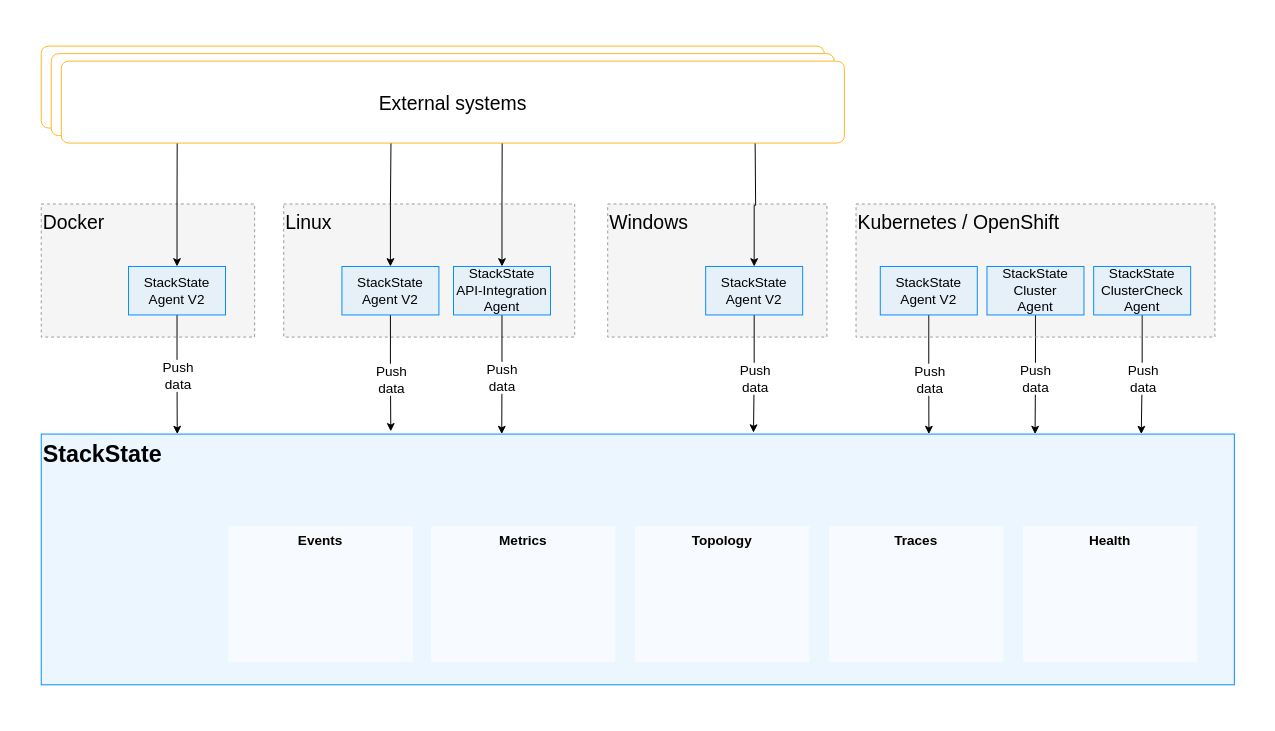
Before: resources/drawio/stackstate-agent.drawio in StackVista/stackstate-docs, a draw.io diagram. Source tidied: cells renumbered, new cells numbered last; positions are measured from the earlier drawing's top-left corner, leaving out a move shared by most shapes. Both pictures are drawn from the tidied source at 97%, with x=0, y=0 at pixel (16, 16).
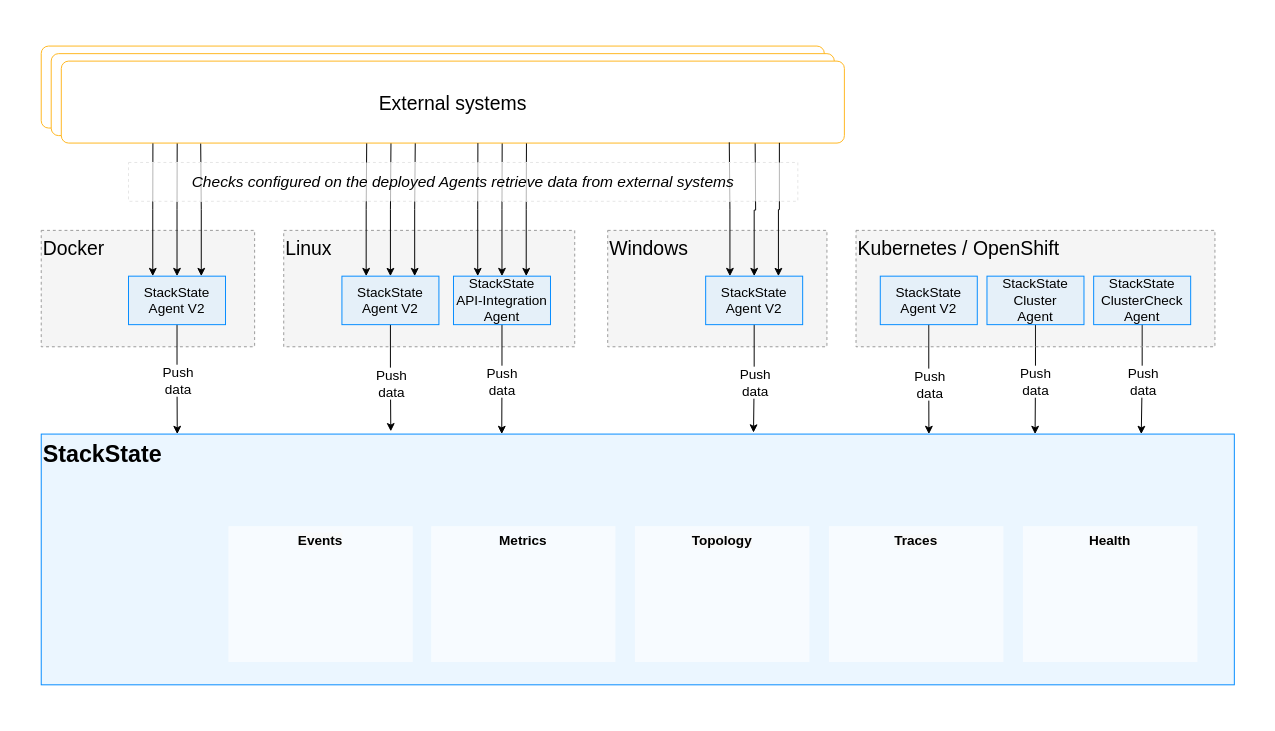
After the change.

The change refers to these unchanged cells:
```xml
<mxCell id="40" value="&lt;font style=&quot;font-size: 20px&quot;&gt;External systems&lt;/font&gt;" style="rounded=1;whiteSpace=wrap;html=1;align=center;arcSize=9;strokeColor=#FFB61E;" parent="37" vertex="1">
  <mxGeometry x="20.7" y="15.5" width="807.3" height="84.5" as="geometry" />
</mxCell>
```

The edit, as a diff of the source:
```diff
@@
-    <mxCell id="3" value="&lt;span style=&quot;font-style: normal&quot;&gt;&lt;font style=&quot;font-size: 24px&quot;&gt;&lt;b&gt;StackState&lt;/b&gt;&lt;/font&gt;&lt;br&gt;&lt;/span&gt;" style="rounded=0;whiteSpace=wrap;html=1;strokeWidth=1;strokeColor=#008AFF;fontStyle=2;fillColor=#CCE8FF;fillOpacity=40;verticalAlign=top;align=left;" parent="1" vertex="1">
+    <mxCell id="3" value="&lt;span style=&quot;font-style: normal&quot;&gt;&lt;font style=&quot;font-size: 24px&quot;&gt;&lt;b&gt;StackState&lt;/b&gt;&lt;/font&gt;&lt;br&gt;&lt;/span&gt;" style="rounded=0;whiteSpace=wrap;html=1;strokeWidth=1;strokeColor=#008AFF;fontStyle=2;fillColor=#CCE8FF;fillOpacity=40;verticalAlign=top;align=left;snapToPoint=0;labelPadding=0;" parent="1" vertex="1">
       <mxGeometry x="25" y="430" width="1230" height="258.5" as="geometry" />
     </mxCell>
@@
     <mxCell id="12" value="&lt;font style=&quot;font-size: 20px&quot;&gt;Docker&lt;/font&gt;" style="rounded=0;whiteSpace=wrap;html=1;align=left;arcSize=9;verticalAlign=top;strokeColor=#999999;dashed=1;fillColor=#999999;fillOpacity=10;" parent="1" vertex="1">
-      <mxGeometry x="25" y="192.8" width="220" height="137.2" as="geometry" />
+      <mxGeometry x="25" y="220" width="220" height="120" as="geometry" />
     </mxCell>
     <mxCell id="13" value="&lt;font style=&quot;font-size: 20px&quot;&gt;Linux&lt;/font&gt;" style="rounded=0;whiteSpace=wrap;html=1;align=left;arcSize=9;verticalAlign=top;strokeColor=#999999;dashed=1;fillColor=#999999;fillOpacity=10;" parent="1" vertex="1">
-      <mxGeometry x="275" y="192.8" width="300" height="137.2" as="geometry" />
+      <mxGeometry x="275" y="220" width="300" height="120" as="geometry" />
     </mxCell>
     <mxCell id="14" value="&lt;font style=&quot;font-size: 20px&quot;&gt;Windows&lt;/font&gt;" style="rounded=0;whiteSpace=wrap;html=1;align=left;arcSize=9;verticalAlign=top;strokeColor=#999999;dashed=1;fillColor=#999999;fillOpacity=10;" parent="1" vertex="1">
-      <mxGeometry x="609" y="192.8" width="226" height="137.2" as="geometry" />
+      <mxGeometry x="609" y="220" width="226" height="120" as="geometry" />
     </mxCell>
@@
     <mxCell id="18" value="&lt;span style=&quot;font-style: normal&quot;&gt;&lt;font style=&quot;font-size: 14px&quot;&gt;StackState&lt;br&gt;Agent V2&lt;/font&gt;&lt;/span&gt;" style="rounded=0;whiteSpace=wrap;html=1;strokeWidth=1;strokeColor=#008AFF;fontStyle=2;fillColor=#CCE8FF;fillOpacity=40;" parent="1" vertex="1">
-      <mxGeometry x="710" y="257.2" width="100" height="50" as="geometry" />
+      <mxGeometry x="710" y="267.2" width="100" height="50" as="geometry" />
     </mxCell>
@@
     <mxCell id="22" value="&lt;span style=&quot;font-style: normal&quot;&gt;&lt;font style=&quot;font-size: 14px&quot;&gt;StackState&lt;br&gt;Agent V2&lt;/font&gt;&lt;/span&gt;" style="rounded=0;whiteSpace=wrap;html=1;strokeWidth=1;strokeColor=#008AFF;fontStyle=2;fillColor=#CCE8FF;fillOpacity=40;" parent="1" vertex="1">
-      <mxGeometry x="335" y="257.2" width="100" height="50" as="geometry" />
+      <mxGeometry x="335" y="267.2" width="100" height="50" as="geometry" />
     </mxCell>
@@
     <mxCell id="26" value="&lt;span style=&quot;font-size: 14px ; font-style: normal&quot;&gt;StackState&lt;br&gt;API-Integration Agent&lt;/span&gt;" style="rounded=0;whiteSpace=wrap;html=1;strokeWidth=1;strokeColor=#008AFF;fontStyle=2;fillColor=#CCE8FF;fillOpacity=40;" parent="1" vertex="1">
-      <mxGeometry x="450" y="257.2" width="100" height="50" as="geometry" />
+      <mxGeometry x="450" y="267.2" width="100" height="50" as="geometry" />
     </mxCell>
@@
     <mxCell id="30" value="&lt;span style=&quot;font-style: normal&quot;&gt;&lt;font style=&quot;font-size: 14px&quot;&gt;StackState&lt;br&gt;Agent V2&lt;/font&gt;&lt;/span&gt;" style="rounded=0;whiteSpace=wrap;html=1;strokeWidth=1;strokeColor=#008AFF;fontStyle=2;fillColor=#CCE8FF;fillOpacity=40;" parent="1" vertex="1">
-      <mxGeometry x="115" y="257.2" width="100" height="50" as="geometry" />
+      <mxGeometry x="115" y="267.2" width="100" height="50" as="geometry" />
     </mxCell>
@@
     <mxCell id="41" value="&lt;font style=&quot;font-size: 20px&quot;&gt;Kubernetes / OpenShift&lt;/font&gt;" style="rounded=0;whiteSpace=wrap;html=1;align=left;arcSize=9;verticalAlign=top;strokeColor=#999999;dashed=1;fillColor=#999999;fillOpacity=10;" parent="1" vertex="1">
-      <mxGeometry x="865" y="192.8" width="370" height="137.2" as="geometry" />
+      <mxGeometry x="865" y="220" width="370" height="120" as="geometry" />
     </mxCell>
     <mxCell id="42" style="group;" parent="1" vertex="1">
-      <mxGeometry x="890" y="257.2" width="320" height="50" as="geometry" />
+      <mxGeometry x="890" y="267.2" width="320" height="50" as="geometry" />
     </mxCell>
@@
+    <mxCell id="46" style="edgeStyle=orthogonalEdgeStyle;rounded=0;jettySize=auto;html=1;exitX=0.75;exitY=0;exitDx=0;exitDy=0;endArrow=none;endFill=0;startArrow=classic;startFill=1;entryX=0.178;entryY=1.007;entryDx=0;entryDy=0;entryPerimeter=0;" parent="1" edge="1" source="30" target="40">
+      <mxGeometry relative="1" as="geometry" />
+    </mxCell>
+    <mxCell id="47" style="edgeStyle=orthogonalEdgeStyle;rounded=0;jettySize=auto;html=1;exitX=0.25;exitY=0;exitDx=0;exitDy=0;endArrow=none;endFill=0;startArrow=classic;startFill=1;entryX=0.117;entryY=1.004;entryDx=0;entryDy=0;entryPerimeter=0;" parent="1" edge="1" source="30" target="40">
+      <mxGeometry relative="1" as="geometry" />
+    </mxCell>
+    <mxCell id="48" style="edgeStyle=orthogonalEdgeStyle;rounded=0;jettySize=auto;html=1;exitX=0.25;exitY=0;exitDx=0;exitDy=0;endArrow=none;endFill=0;startArrow=classic;startFill=1;entryX=0.39;entryY=1.004;entryDx=0;entryDy=0;entryPerimeter=0;" parent="1" edge="1" source="22" target="40">
+      <mxGeometry relative="1" as="geometry" />
+    </mxCell>
+    <mxCell id="49" style="edgeStyle=orthogonalEdgeStyle;rounded=0;jettySize=auto;html=1;exitX=0.75;exitY=0;exitDx=0;exitDy=0;endArrow=none;endFill=0;startArrow=classic;startFill=1;entryX=0.452;entryY=1.004;entryDx=0;entryDy=0;entryPerimeter=0;" parent="1" edge="1" source="22" target="40">
+      <mxGeometry relative="1" as="geometry" />
+    </mxCell>
+    <mxCell id="50" style="edgeStyle=orthogonalEdgeStyle;rounded=0;jettySize=auto;html=1;exitX=0.25;exitY=0;exitDx=0;exitDy=0;endArrow=none;endFill=0;startArrow=classic;startFill=1;entryX=0.532;entryY=1.001;entryDx=0;entryDy=0;entryPerimeter=0;" parent="1" edge="1" source="26" target="40">
+      <mxGeometry relative="1" as="geometry" />
+    </mxCell>
+    <mxCell id="51" style="edgeStyle=orthogonalEdgeStyle;rounded=0;jettySize=auto;html=1;exitX=0.75;exitY=0;exitDx=0;exitDy=0;endArrow=none;endFill=0;startArrow=classic;startFill=1;entryX=0.594;entryY=1.004;entryDx=0;entryDy=0;entryPerimeter=0;" parent="1" edge="1" source="26" target="40">
+      <mxGeometry relative="1" as="geometry" />
+    </mxCell>
+    <mxCell id="52" style="edgeStyle=orthogonalEdgeStyle;rounded=0;jettySize=auto;html=1;exitX=0.75;exitY=0;exitDx=0;exitDy=0;startArrow=classic;startFill=1;endArrow=none;endFill=0;entryX=0.917;entryY=0.997;entryDx=0;entryDy=0;entryPerimeter=0;" parent="1" edge="1" source="18" target="40">
+      <mxGeometry relative="1" as="geometry" />
+    </mxCell>
+    <mxCell id="53" style="edgeStyle=orthogonalEdgeStyle;rounded=0;jettySize=auto;html=1;exitX=0.25;exitY=0;exitDx=0;exitDy=0;startArrow=classic;startFill=1;endArrow=none;endFill=0;entryX=0.853;entryY=0.991;entryDx=0;entryDy=0;entryPerimeter=0;" parent="1" edge="1" source="18" target="40">
+      <mxGeometry relative="1" as="geometry" />
+    </mxCell>
+    <mxCell id="54" value="&lt;i&gt;&lt;font style=&quot;font-size: 16px&quot;&gt;Checks configured on the deployed Agents retrieve data from external systems&lt;/font&gt;&lt;/i&gt;" style="text;html=1;align=center;verticalAlign=middle;whiteSpace=wrap;rounded=0;dashed=1;fillColor=#ffffff;fillOpacity=70;strokeColor=#E6E6E6;" parent="1" vertex="1">
+      <mxGeometry x="115" y="150" width="690" height="40" as="geometry" />
+    </mxCell>
```
